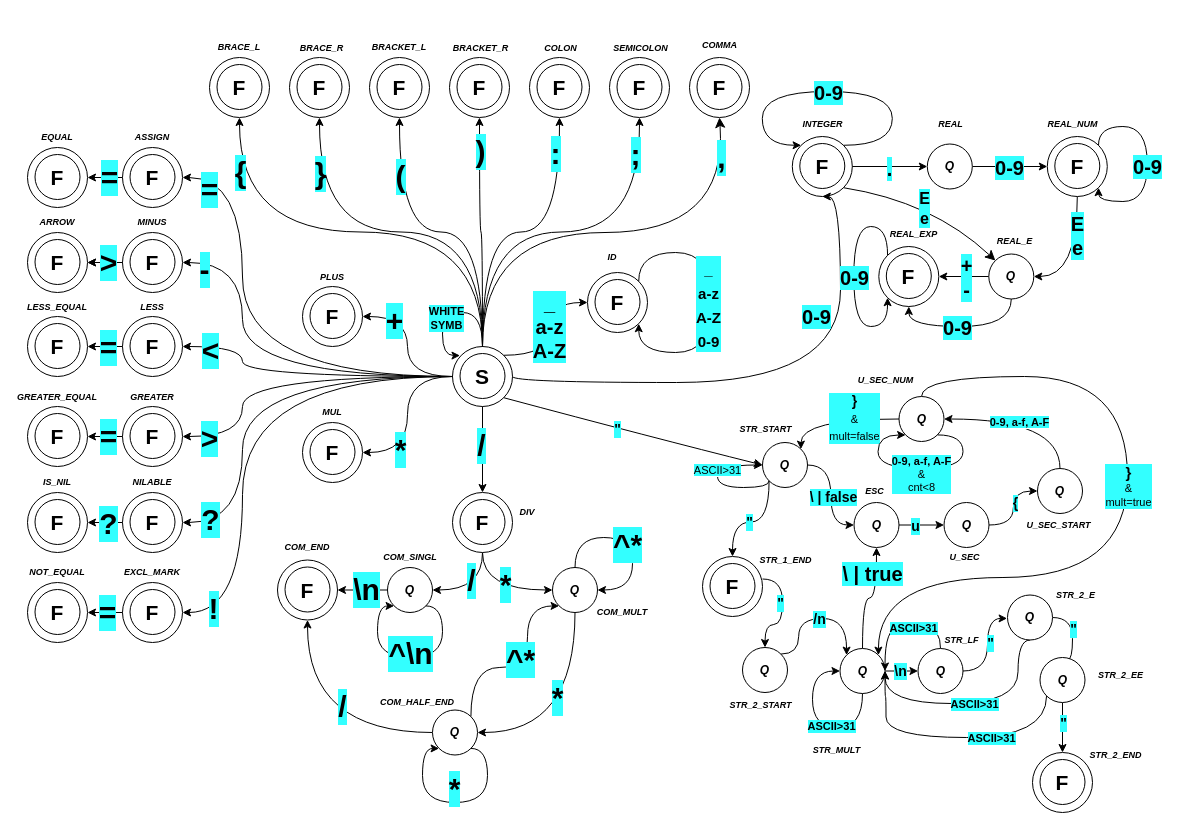
Before: lexer.drawio in xshche05/IFJ-2023-project-compiler, a draw.io diagram. Source tidied: cells renumbered, new cells numbered last; positions are measured from the earlier drawing's top-left corner, leaving out a move shared by most shapes. Both pictures are drawn from the tidied source at 100%, with x=0, y=0 at pixel (27, 17).
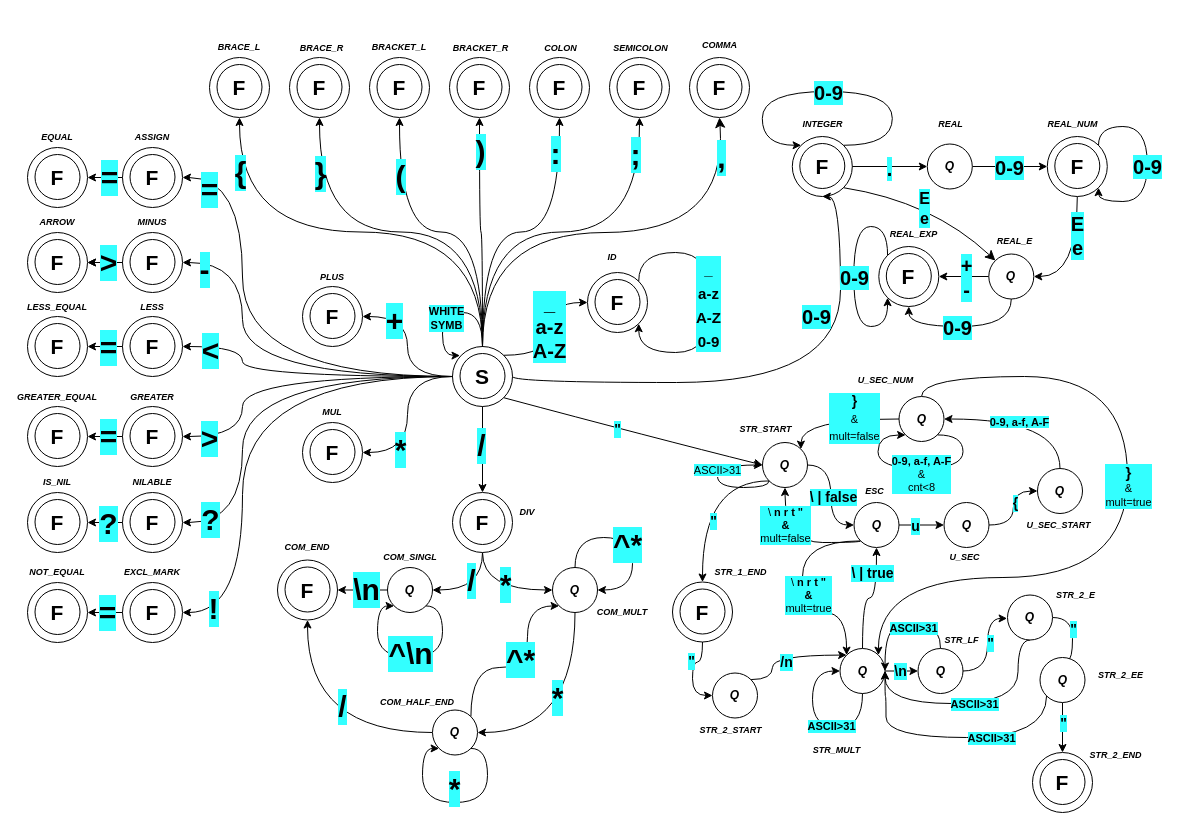
The same diagram, later.

The change refers to these unchanged cells:
```xml
<mxCell id="244" style="edgeStyle=orthogonalEdgeStyle;jettySize=auto;html=1;exitX=0;exitY=1;exitDx=0;exitDy=0;entryX=0.5;entryY=0;entryDx=0;entryDy=0;curved=1;" parent="1" edge="1" source="246" target="259">
  <mxGeometry relative="1" as="geometry" />
</mxCell>
<mxCell id="246" value="&lt;b&gt;&lt;i&gt;Q&lt;/i&gt;&lt;/b&gt;" style="ellipse;whiteSpace=wrap;html=1;" parent="1" vertex="1">
  <mxGeometry x="735" y="425" width="45" height="45" as="geometry" />
</mxCell>
<mxCell id="249" value="&lt;b&gt;&lt;i&gt;Q&lt;/i&gt;&lt;/b&gt;" style="ellipse;whiteSpace=wrap;html=1;" parent="1" vertex="1">
  <mxGeometry x="826.5" y="485" width="45" height="45" as="geometry" />
</mxCell>
<mxCell id="260" style="ellipse;whiteSpace=wrap;html=1;" parent="259" vertex="1">
  <mxGeometry width="60" height="60" as="geometry" />
</mxCell>
<mxCell id="262" value="&lt;span style=&quot;font-size: 21px;&quot;&gt;&lt;b&gt;F&lt;/b&gt;&lt;/span&gt;" style="text;html=1;strokeColor=none;fillColor=none;align=center;verticalAlign=middle;whiteSpace=wrap;rounded=0;" parent="259" vertex="1">
  <mxGeometry y="15" width="60" height="30" as="geometry" />
</mxCell>
<mxCell id="268" style="edgeStyle=orthogonalEdgeStyle;jettySize=auto;html=1;exitX=0.5;exitY=0;exitDx=0;exitDy=0;curved=1;" parent="1" edge="1" source="270" target="249">
  <mxGeometry relative="1" as="geometry" />
</mxCell>
<mxCell id="270" value="&lt;b&gt;&lt;i&gt;Q&lt;/i&gt;&lt;/b&gt;" style="ellipse;whiteSpace=wrap;html=1;" parent="1" vertex="1">
  <mxGeometry x="812.5" y="631" width="45" height="45" as="geometry" />
</mxCell>
```

What changed in the source:
```diff
@@
-    <mxCell id="2" style="rounded=0;whiteSpace=wrap;html=1;fillColor=none;strokeWidth=4;strokeColor=none;" parent="1" vertex="1">
-      <mxGeometry x="232" y="465" width="408" height="335" as="geometry" />
-    </mxCell>
@@
-    <mxCell id="4" style="rounded=0;whiteSpace=wrap;html=1;fillColor=none;strokeWidth=3;strokeColor=none;" parent="1" vertex="1">
-      <mxGeometry x="650.5" y="345" width="484.5" height="460" as="geometry" />
-    </mxCell>
@@
     <mxCell id="245" value="&quot;" style="edgeLabel;html=1;align=center;verticalAlign=middle;fontStyle=1;labelBackgroundColor=#33FFFF;fontSize=14;" parent="244" vertex="1">
       <mxGeometry x="0.34" y="-1" relative="1" as="geometry">
-        <mxPoint x="14" y="1" as="offset" />
+        <mxPoint x="11" y="-5" as="offset" />
       </mxGeometry>
     </mxCell>
@@
+    <mxCell id="315" style="edgeStyle=orthogonalEdgeStyle;jettySize=auto;html=1;exitX=0;exitY=1;exitDx=0;exitDy=0;entryX=0.5;entryY=1;entryDx=0;entryDy=0;curved=1;" parent="1" edge="1" source="249" target="246">
+      <mxGeometry relative="1" as="geometry">
+        <Array as="points">
+          <mxPoint x="833" y="525" />
+          <mxPoint x="757" y="525" />
+        </Array>
+      </mxGeometry>
+    </mxCell>
+    <mxCell id="316" value="\&lt;b style=&quot;border-color: var(--border-color);&quot;&gt;&amp;nbsp;n r t &quot;&lt;br style=&quot;border-color: var(--border-color);&quot;&gt;&amp;amp;&lt;br style=&quot;border-color: var(--border-color);&quot;&gt;&lt;/b&gt;&lt;span style=&quot;&quot;&gt;mult=false&lt;/span&gt;" style="edgeLabel;html=1;align=center;verticalAlign=middle;labelBackgroundColor=#33FFFF;" parent="315" vertex="1">
+      <mxGeometry x="0.37" y="-8" relative="1" as="geometry">
+        <mxPoint x="-8" y="-4" as="offset" />
+      </mxGeometry>
+    </mxCell>
+    <mxCell id="317" style="edgeStyle=orthogonalEdgeStyle;jettySize=auto;html=1;exitX=0;exitY=1;exitDx=0;exitDy=0;entryX=0;entryY=0;entryDx=0;entryDy=0;curved=1;" parent="1" edge="1" source="249" target="270">
+      <mxGeometry relative="1" as="geometry">
+        <Array as="points">
+          <mxPoint x="775" y="523" />
+          <mxPoint x="775" y="595" />
+          <mxPoint x="819" y="595" />
+        </Array>
+      </mxGeometry>
+    </mxCell>
+    <mxCell id="318" value="&lt;span style=&quot;&quot;&gt;\&lt;b&gt;&amp;nbsp;n r t &quot;&lt;br&gt;&amp;amp;&lt;br&gt;&lt;/b&gt;mult=true&lt;/span&gt;&lt;b&gt;&lt;br&gt;&lt;/b&gt;" style="edgeLabel;html=1;align=center;verticalAlign=middle;labelBackgroundColor=#33FFFF;" parent="317" vertex="1">
+      <mxGeometry x="-0.04" y="-1" relative="1" as="geometry">
+        <mxPoint x="6" y="8" as="offset" />
+      </mxGeometry>
+    </mxCell>
@@
     <mxCell id="259" style="group;" parent="1" vertex="1">
-      <mxGeometry x="675" y="539" width="60" height="60" as="geometry" />
+      <mxGeometry x="645" y="564.5" width="60" height="60" as="geometry" />
     </mxCell>
@@
     <mxCell id="263" style="edgeStyle=orthogonalEdgeStyle;jettySize=auto;html=1;exitX=1;exitY=0;exitDx=0;exitDy=0;entryX=0;entryY=0;entryDx=0;entryDy=0;curved=1;" parent="1" edge="1" source="265" target="270">
       <mxGeometry relative="1" as="geometry">
         <Array as="points">
-          <mxPoint x="771.2" y="601" />
-          <mxPoint x="819.2" y="601" />
+          <mxPoint x="745" y="662" />
+          <mxPoint x="745" y="638" />
+          <mxPoint x="819" y="638" />
         </Array>
       </mxGeometry>
     </mxCell>
     <mxCell id="264" value="/n" style="edgeLabel;html=1;align=center;verticalAlign=middle;fontStyle=1;labelBackgroundColor=#33FFFF;fontSize=14;" parent="263" vertex="1">
       <mxGeometry x="0.2" relative="1" as="geometry">
-        <mxPoint x="-9" as="offset" />
+        <mxPoint x="-12" y="7" as="offset" />
       </mxGeometry>
     </mxCell>
     <mxCell id="265" value="&lt;b&gt;&lt;i&gt;Q&lt;/i&gt;&lt;/b&gt;" style="ellipse;whiteSpace=wrap;html=1;" parent="1" vertex="1">
-      <mxGeometry x="715" y="630" width="45" height="45" as="geometry" />
+      <mxGeometry x="685" y="655.5" width="45" height="45" as="geometry" />
     </mxCell>
@@
-    <mxCell id="269" value="\ | true" style="edgeLabel;html=1;align=center;verticalAlign=middle;fontSize=20;fontStyle=1;labelBackgroundColor=#33FFFF;" parent="268" vertex="1">
+    <mxCell id="269" value="&lt;font style=&quot;font-size: 14px;&quot;&gt;\ | true&lt;/font&gt;" style="edgeLabel;html=1;align=center;verticalAlign=middle;fontSize=14;fontStyle=1;labelBackgroundColor=#33FFFF;" parent="268" vertex="1">
       <mxGeometry x="-0.04" relative="1" as="geometry">
         <mxPoint x="5" y="-25" as="offset" />
       </mxGeometry>
     </mxCell>
@@
-    <mxCell id="275" style="edgeStyle=orthogonalEdgeStyle;jettySize=auto;html=1;exitX=1;exitY=0.25;exitDx=0;exitDy=0;entryX=0.5;entryY=0;entryDx=0;entryDy=0;curved=1;" parent="1" edge="1" source="262" target="265">
+    <mxCell id="275" style="edgeStyle=orthogonalEdgeStyle;jettySize=auto;html=1;exitX=0.5;exitY=1;exitDx=0;exitDy=0;entryX=0;entryY=0.5;entryDx=0;entryDy=0;curved=1;" parent="1" edge="1" source="260" target="265">
       <mxGeometry relative="1" as="geometry" />
     </mxCell>
     <mxCell id="276" value="&quot;" style="edgeLabel;html=1;align=center;verticalAlign=middle;fontStyle=1;labelBackgroundColor=#33FFFF;fontSize=14;" parent="275" vertex="1">
       <mxGeometry x="-0.31" y="2" relative="1" as="geometry">
-        <mxPoint x="-5" y="7" as="offset" />
+        <mxPoint x="-3" y="-3" as="offset" />
       </mxGeometry>
     </mxCell>
@@
     <mxCell id="302" value="STR_1_END" style="text;html=1;align=center;verticalAlign=middle;strokeColor=none;fillColor=none;fontSize=9;fontStyle=3;" parent="1" vertex="1">
-      <mxGeometry x="720" y="530" width="75" height="25" as="geometry" />
+      <mxGeometry x="675" y="542.5" width="75" height="25" as="geometry" />
     </mxCell>
     <mxCell id="303" value="STR_2_START" style="text;html=1;align=center;verticalAlign=middle;strokeColor=none;fillColor=none;fontSize=9;fontStyle=3;" parent="1" vertex="1">
-      <mxGeometry x="690" y="675" width="85" height="25" as="geometry" />
+      <mxGeometry x="660" y="700.5" width="85" height="25" as="geometry" />
     </mxCell>
```
